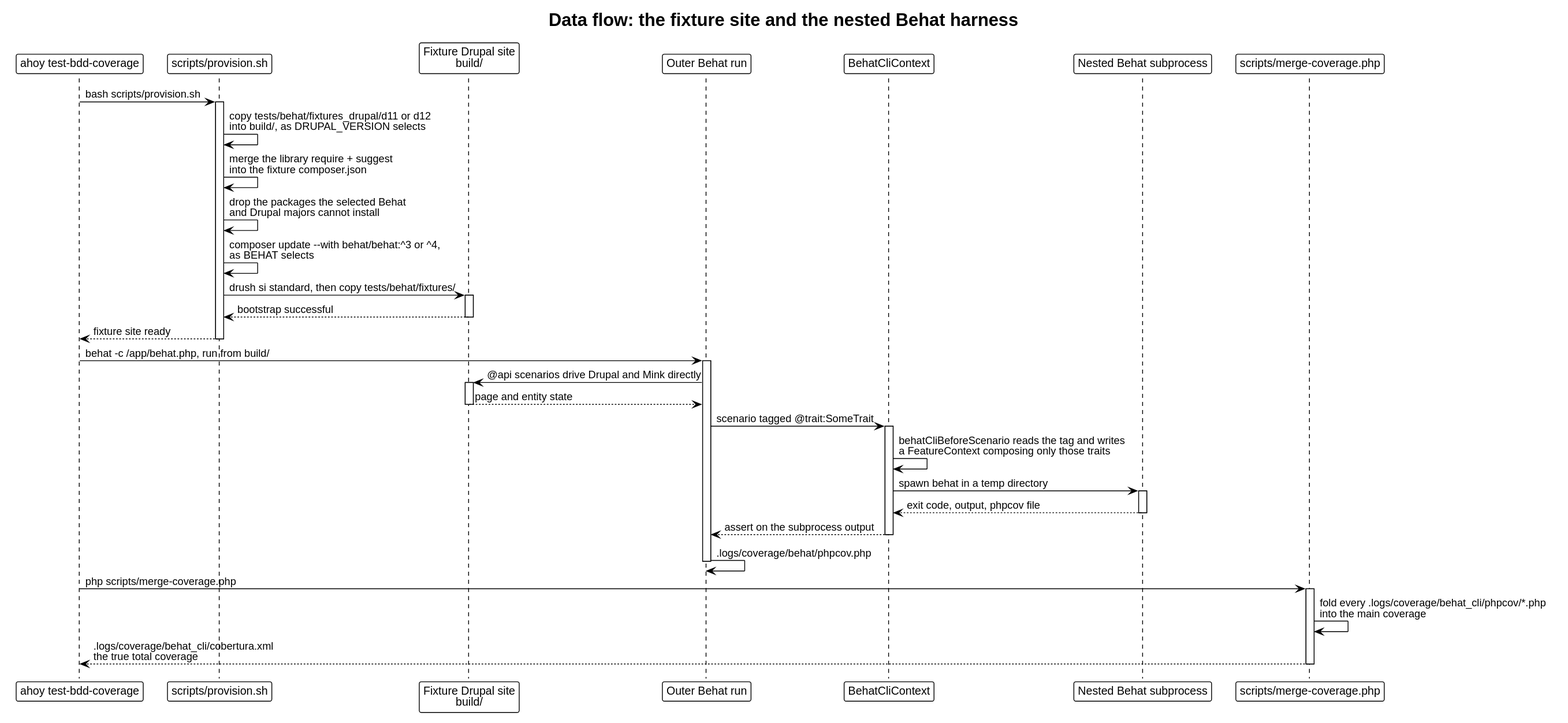
Above: docs/architecture/dataflow-tests.svg in drevops/behat-steps (PlantUML), before the change.
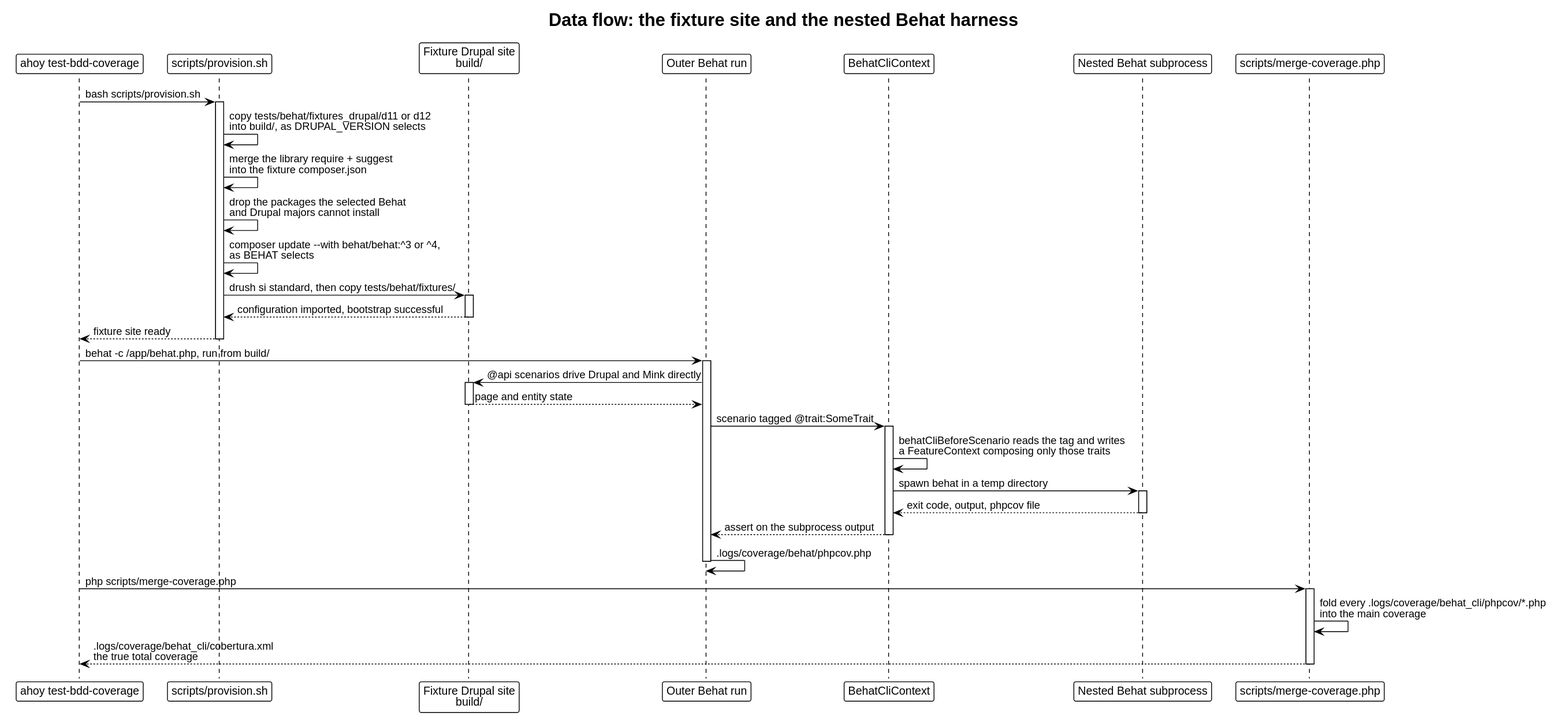
After the commit.

Commit message:
[#820] Failed provisioning when the configuration import does not land.

What changed in the source:
```diff
@@ -21,7 +21,7 @@
 Prov -> Prov: composer update ~--with behat/behat:^3 or ^4,\nas BEHAT selects
 Prov -> Site: drush si standard, then copy tests/behat/fixtures/
 activate Site
-Site --> Prov: bootstrap successful
+Site --> Prov: configuration imported, bootstrap successful
 deactivate Site
 Prov --> Dev: fixture site ready
 deactivate Prov
```
